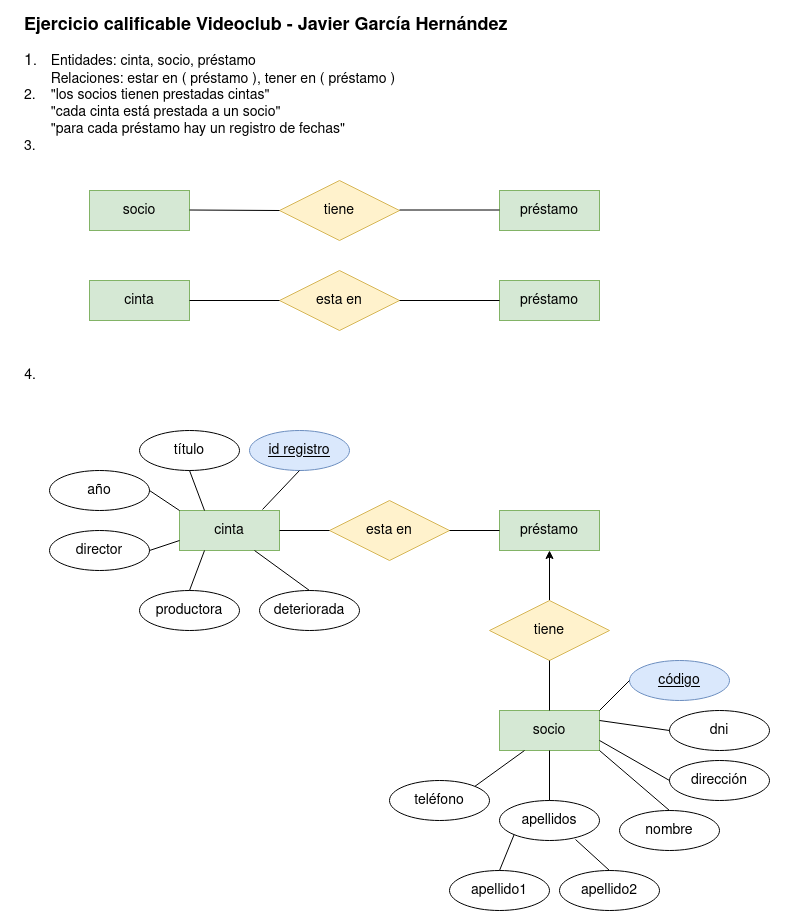
The draw.io diagram ejercicioevaluable1.png in javigh193/bae, before a commit. Source tidied: cells renumbered, new cells last; positions are measured from the earlier drawing's top-left corner, leaving out a move shared by most shapes.
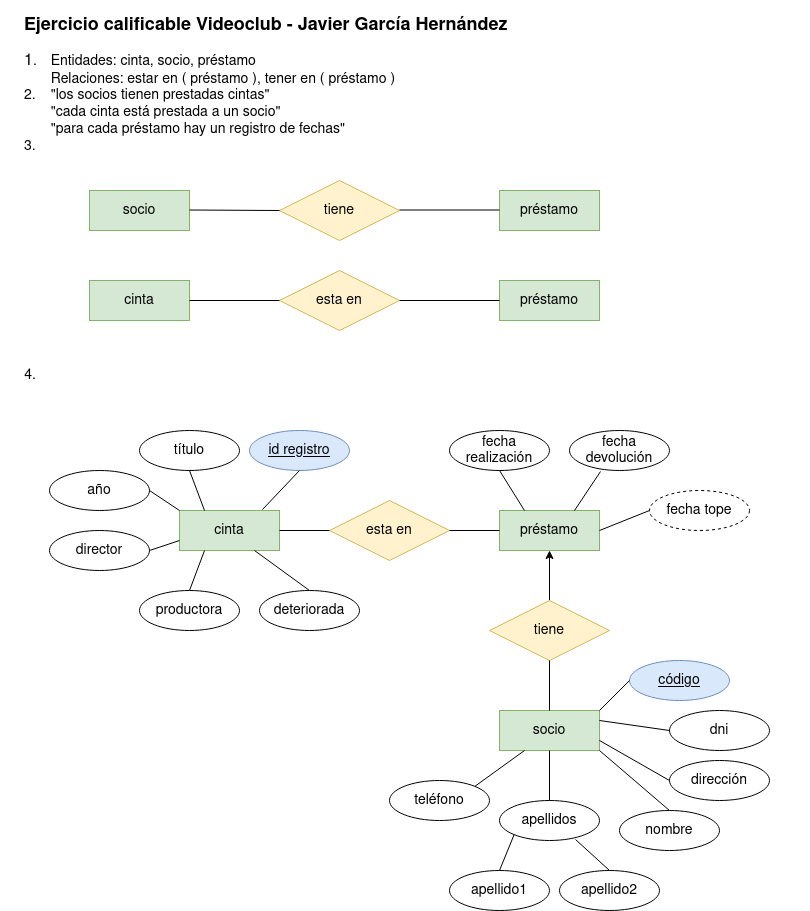
The same diagram one commit later.

Diff of the diagram source:
```diff
@@ -154,5 +154,23 @@
     <mxCell id="50" style="endArrow=none;html=1;rounded=0;fontSize=14;exitX=0.75;exitY=1;exitDx=0;exitDy=0;entryX=0.5;entryY=0;entryDx=0;entryDy=0;" parent="1" edge="1" source="12" target="49">
       <mxGeometry relative="1" as="geometry" />
     </mxCell>
+    <mxCell id="51" value="fecha realización" style="ellipse;whiteSpace=wrap;html=1;align=center;fontSize=14;" parent="1" vertex="1">
+      <mxGeometry x="449" y="420" width="100" height="40" as="geometry" />
+    </mxCell>
+    <mxCell id="52" value="fecha devolución" style="ellipse;whiteSpace=wrap;html=1;align=center;fontSize=14;" parent="1" vertex="1">
+      <mxGeometry x="569" y="420" width="100" height="40" as="geometry" />
+    </mxCell>
+    <mxCell id="53" style="endArrow=none;html=1;rounded=0;fontSize=14;exitX=0.5;exitY=1;exitDx=0;exitDy=0;entryX=0.25;entryY=0;entryDx=0;entryDy=0;" parent="1" edge="1" source="51" target="14">
+      <mxGeometry relative="1" as="geometry" />
+    </mxCell>
+    <mxCell id="54" style="endArrow=none;html=1;rounded=0;fontSize=14;exitX=0.31;exitY=1.025;exitDx=0;exitDy=0;exitPerimeter=0;entryX=0.75;entryY=0;entryDx=0;entryDy=0;" parent="1" edge="1" source="52" target="14">
+      <mxGeometry relative="1" as="geometry" />
+    </mxCell>
+    <mxCell id="55" value="fecha tope" style="ellipse;whiteSpace=wrap;html=1;align=center;dashed=1;fontSize=14;" parent="1" vertex="1">
+      <mxGeometry x="649" y="480" width="100" height="40" as="geometry" />
+    </mxCell>
+    <mxCell id="56" style="endArrow=none;html=1;rounded=0;fontSize=14;entryX=0;entryY=0.5;entryDx=0;entryDy=0;exitX=1;exitY=0.5;exitDx=0;exitDy=0;" parent="1" edge="1" source="14" target="55">
+      <mxGeometry relative="1" as="geometry" />
+    </mxCell>
   </root>
 </mxGraphModel>
```
